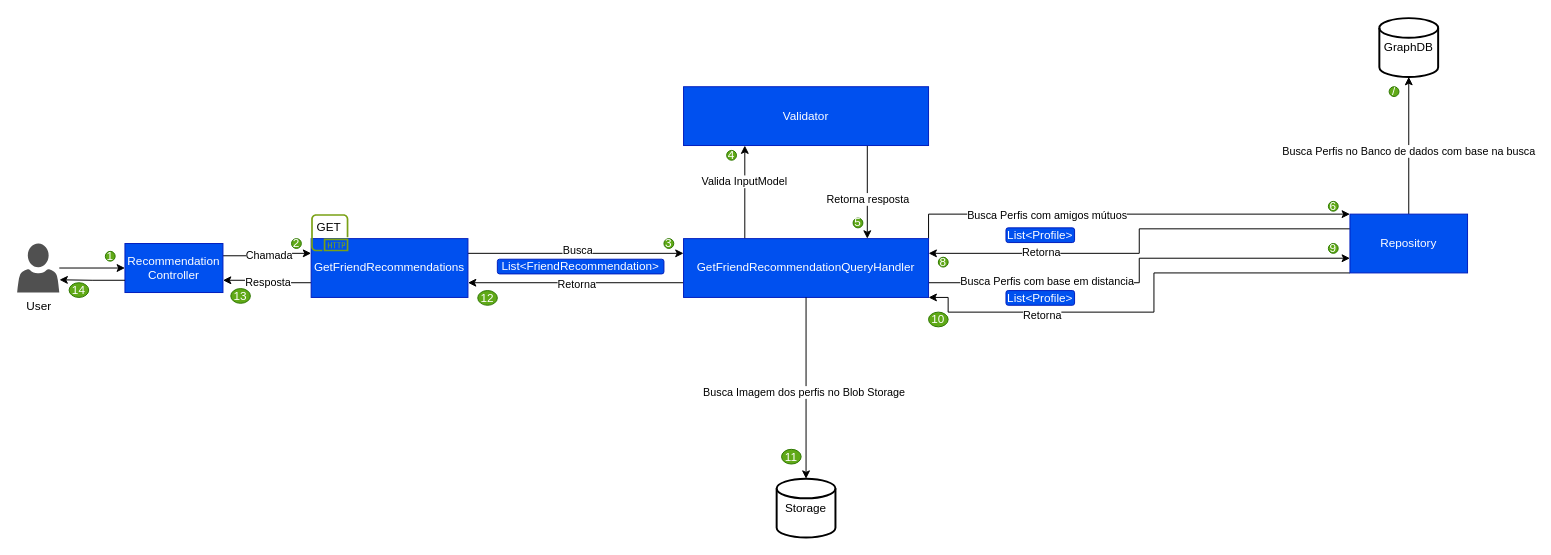
Before: page "SocialService/Recommendation" (7 of 15) of Architecture.drawio in AlanEdward19/ShapeUp, a draw.io diagram. Source tidied: cells renumbered, new cells numbered last; positions are measured from the earlier drawing's top-left corner, leaving out a move shared by most shapes. Both pictures are drawn from the tidied source at 98%, with x=0, y=0 at pixel (17, 18).
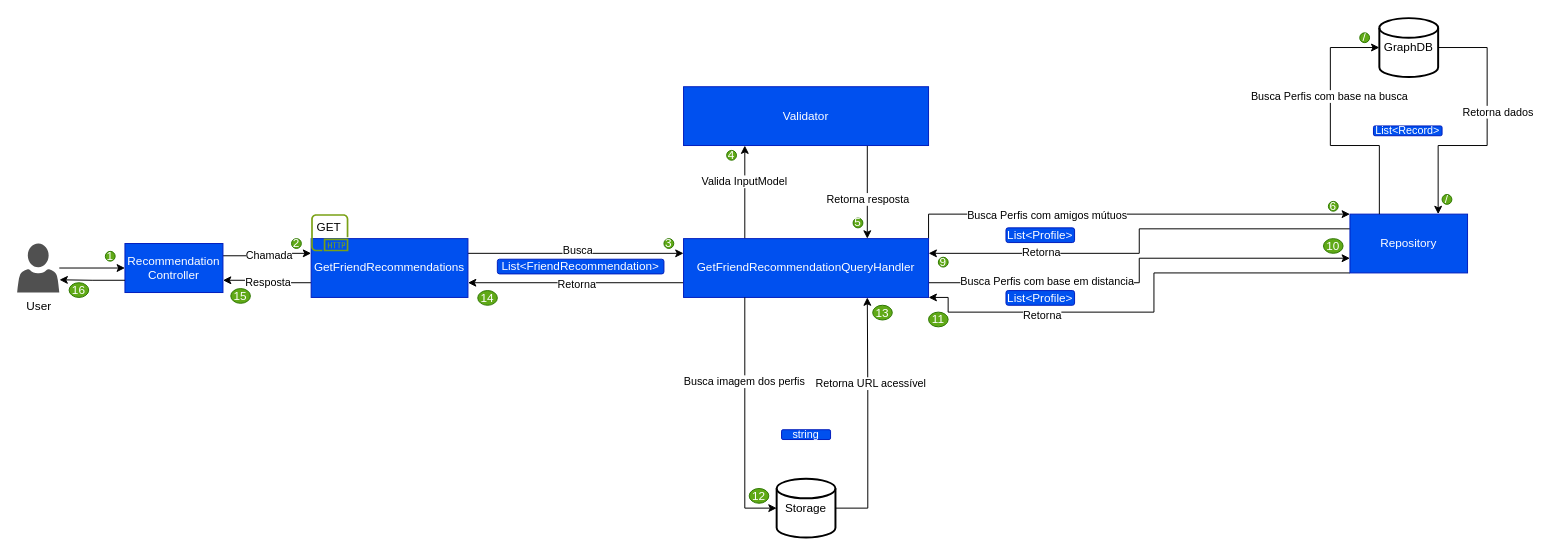
After the change.

Unchanged cells that the change refers to:
```xml
<mxCell id="7" value="GraphDB" style="strokeWidth=2;html=1;shape=mxgraph.flowchart.database;whiteSpace=wrap;" parent="1" vertex="1">
  <mxGeometry x="1390" width="60" height="60" as="geometry" />
</mxCell>
<mxCell id="18" value="GetFriendRecommendationQueryHandler" style="whiteSpace=wrap;html=1;fillColor=#0050ef;strokeColor=#001DBC;fontColor=#ffffff;" parent="1" vertex="1">
  <mxGeometry x="680" y="225" width="250" height="60" as="geometry" />
</mxCell>
<mxCell id="19" value="Storage" style="strokeWidth=2;html=1;shape=mxgraph.flowchart.database;whiteSpace=wrap;" parent="1" vertex="1">
  <mxGeometry x="775" y="470" width="60" height="60" as="geometry" />
</mxCell>
<mxCell id="42" value="Repository" style="whiteSpace=wrap;html=1;fillColor=#0050ef;strokeColor=#001DBC;fontColor=#ffffff;" parent="1" vertex="1">
  <mxGeometry x="1360" y="200" width="120" height="60" as="geometry" />
</mxCell>
```

Diff of the diagram source:
```diff
@@
+    <mxCell id="56" style="edgeStyle=orthogonalEdgeStyle;rounded=0;jettySize=auto;html=1;exitX=1;exitY=0.5;exitDx=0;exitDy=0;exitPerimeter=0;entryX=0.75;entryY=0;entryDx=0;entryDy=0;" parent="1" edge="1" source="7" target="42">
+      <mxGeometry relative="1" as="geometry">
+        <Array as="points">
+          <mxPoint x="1500" y="30" />
+          <mxPoint x="1500" y="130" />
+          <mxPoint x="1450" y="130" />
+        </Array>
+      </mxGeometry>
+    </mxCell>
+    <mxCell id="57" value="Retorna dados" style="edgeLabel;html=1;align=center;verticalAlign=middle;" parent="56" vertex="1">
+      <mxGeometry x="-0.14" relative="1" as="geometry">
+        <mxPoint x="10" y="-1" as="offset" />
+      </mxGeometry>
+    </mxCell>
@@
-    <mxCell id="8" style="edgeStyle=orthogonalEdgeStyle;rounded=0;jettySize=auto;html=1;entryX=0.5;entryY=1;entryDx=0;entryDy=0;entryPerimeter=0;exitX=0.5;exitY=0;exitDx=0;exitDy=0;" parent="1" edge="1" source="42" target="7">
-      <mxGeometry relative="1" as="geometry" />
-    </mxCell>
-    <mxCell id="9" value="Busca Perfis no Banco de dados com base na busca" style="edgeLabel;html=1;align=center;verticalAlign=middle;" parent="8" vertex="1">
-      <mxGeometry x="-0.07" y="1" relative="1" as="geometry" />
-    </mxCell>
@@
+    <mxCell id="58" style="edgeStyle=orthogonalEdgeStyle;rounded=0;jettySize=auto;html=1;exitX=1;exitY=0.5;exitDx=0;exitDy=0;exitPerimeter=0;entryX=0.75;entryY=1;entryDx=0;entryDy=0;" parent="1" edge="1" source="19" target="18">
+      <mxGeometry relative="1" as="geometry">
+        <Array as="points">
+          <mxPoint x="868" y="500" />
+          <mxPoint x="868" y="378" />
+        </Array>
+      </mxGeometry>
+    </mxCell>
+    <mxCell id="59" value="Retorna URL acessível" style="edgeLabel;html=1;align=center;verticalAlign=middle;" parent="58" vertex="1">
+      <mxGeometry x="0.29" y="-3" relative="1" as="geometry" />
+    </mxCell>
@@
     <mxCell id="36" value="/" style="ellipse;whiteSpace=wrap;html=1;fillColor=#60a917;fontColor=#ffffff;strokeColor=#2D7600;" parent="1" vertex="1">
-      <mxGeometry x="1400" y="70" width="10" height="10" as="geometry" />
+      <mxGeometry x="1370" y="15" width="10" height="10" as="geometry" />
     </mxCell>
@@
-    <mxCell id="44" value="8" style="ellipse;whiteSpace=wrap;html=1;fillColor=#60a917;fontColor=#ffffff;strokeColor=#2D7600;" parent="1" vertex="1">
+    <mxCell id="44" value="9" style="ellipse;whiteSpace=wrap;html=1;fillColor=#60a917;fontColor=#ffffff;strokeColor=#2D7600;" parent="1" vertex="1">
       <mxGeometry x="940" y="244" width="10" height="10" as="geometry" />
     </mxCell>
-    <mxCell id="45" value="9" style="ellipse;whiteSpace=wrap;html=1;fillColor=#60a917;fontColor=#ffffff;strokeColor=#2D7600;" parent="1" vertex="1">
-      <mxGeometry x="1338" y="230" width="10" height="10" as="geometry" />
-    </mxCell>
@@
-    <mxCell id="48" style="edgeStyle=orthogonalEdgeStyle;rounded=0;jettySize=auto;html=1;entryX=0.5;entryY=0;entryDx=0;entryDy=0;entryPerimeter=0;" parent="1" edge="1" source="18" target="19">
-      <mxGeometry relative="1" as="geometry" />
-    </mxCell>
-    <mxCell id="49" value="Busca Imagem dos perfis no Blob Storage" style="edgeLabel;html=1;align=center;verticalAlign=middle;" parent="48" vertex="1">
-      <mxGeometry x="0.04" y="-3" relative="1" as="geometry" />
-    </mxCell>
-    <mxCell id="50" value="11" style="ellipse;whiteSpace=wrap;html=1;fillColor=#60a917;fontColor=#ffffff;strokeColor=#2D7600;" parent="1" vertex="1">
-      <mxGeometry x="780" y="440" width="20" height="15" as="geometry" />
+    <mxCell id="50" value="12" style="ellipse;whiteSpace=wrap;html=1;fillColor=#60a917;fontColor=#ffffff;strokeColor=#2D7600;" parent="1" vertex="1">
+      <mxGeometry x="747" y="480" width="20" height="15" as="geometry" />
     </mxCell>
-    <mxCell id="51" value="12" style="ellipse;whiteSpace=wrap;html=1;fillColor=#60a917;fontColor=#ffffff;strokeColor=#2D7600;" parent="1" vertex="1">
+    <mxCell id="51" value="14" style="ellipse;whiteSpace=wrap;html=1;fillColor=#60a917;fontColor=#ffffff;strokeColor=#2D7600;" parent="1" vertex="1">
       <mxGeometry x="470" y="278" width="20" height="15" as="geometry" />
     </mxCell>
-    <mxCell id="52" value="13" style="ellipse;whiteSpace=wrap;html=1;fillColor=#60a917;fontColor=#ffffff;strokeColor=#2D7600;" parent="1" vertex="1">
+    <mxCell id="52" value="15" style="ellipse;whiteSpace=wrap;html=1;fillColor=#60a917;fontColor=#ffffff;strokeColor=#2D7600;" parent="1" vertex="1">
       <mxGeometry x="218" y="276" width="20" height="15" as="geometry" />
     </mxCell>
-    <mxCell id="53" value="14" style="ellipse;whiteSpace=wrap;html=1;fillColor=#60a917;fontColor=#ffffff;strokeColor=#2D7600;" parent="1" vertex="1">
+    <mxCell id="53" value="16" style="ellipse;whiteSpace=wrap;html=1;fillColor=#60a917;fontColor=#ffffff;strokeColor=#2D7600;" parent="1" vertex="1">
       <mxGeometry x="53" y="270" width="20" height="15" as="geometry" />
     </mxCell>
@@
-    <mxCell id="55" value="10" style="ellipse;whiteSpace=wrap;html=1;fillColor=#60a917;fontColor=#ffffff;strokeColor=#2D7600;" parent="1" vertex="1">
+    <mxCell id="55" value="11" style="ellipse;whiteSpace=wrap;html=1;fillColor=#60a917;fontColor=#ffffff;strokeColor=#2D7600;" parent="1" vertex="1">
       <mxGeometry x="930" y="300" width="20" height="15" as="geometry" />
     </mxCell>
+    <mxCell id="8" style="edgeStyle=orthogonalEdgeStyle;rounded=0;jettySize=auto;html=1;exitX=0.25;exitY=0;exitDx=0;exitDy=0;entryX=0;entryY=0.5;entryDx=0;entryDy=0;entryPerimeter=0;" parent="1" edge="1" source="42" target="7">
+      <mxGeometry relative="1" as="geometry" />
+    </mxCell>
+    <mxCell id="60" value="Busca Perfis com base na busca" style="edgeLabel;html=1;align=center;verticalAlign=middle;" parent="8" vertex="1">
+      <mxGeometry x="0.1" y="-1" relative="1" as="geometry">
+        <mxPoint x="-3" y="-22" as="offset" />
+      </mxGeometry>
+    </mxCell>
+    <mxCell id="61" value="/" style="ellipse;whiteSpace=wrap;html=1;fillColor=#60a917;fontColor=#ffffff;strokeColor=#2D7600;" parent="1" vertex="1">
+      <mxGeometry x="1454" y="180" width="10" height="10" as="geometry" />
+    </mxCell>
+    <mxCell id="62" value="10" style="ellipse;whiteSpace=wrap;html=1;fillColor=#60a917;fontColor=#ffffff;strokeColor=#2D7600;" parent="1" vertex="1">
+      <mxGeometry x="1333" y="225" width="20" height="15" as="geometry" />
+    </mxCell>
+    <mxCell id="48" style="edgeStyle=orthogonalEdgeStyle;rounded=0;jettySize=auto;html=1;exitX=0.25;exitY=1;exitDx=0;exitDy=0;entryX=0;entryY=0.5;entryDx=0;entryDy=0;entryPerimeter=0;" parent="1" edge="1" source="18" target="19">
+      <mxGeometry relative="1" as="geometry" />
+    </mxCell>
+    <mxCell id="63" value="Busca imagem dos perfis" style="edgeLabel;html=1;align=center;verticalAlign=middle;" parent="48" vertex="1">
+      <mxGeometry x="-0.31" y="-1" relative="1" as="geometry" />
+    </mxCell>
+    <mxCell id="64" value="13" style="ellipse;whiteSpace=wrap;html=1;fillColor=#60a917;fontColor=#ffffff;strokeColor=#2D7600;" parent="1" vertex="1">
+      <mxGeometry x="873" y="293" width="20" height="15" as="geometry" />
+    </mxCell>
+    <mxCell id="65" value="List&amp;lt;Record&amp;gt;" style="rounded=1;whiteSpace=wrap;html=1;fillColor=#0050ef;strokeColor=#001DBC;fontSize=11;fontColor=#ffffff;" parent="1" vertex="1">
+      <mxGeometry x="1384" y="110" width="70" height="10" as="geometry" />
+    </mxCell>
+    <mxCell id="66" value="string" style="rounded=1;whiteSpace=wrap;html=1;fillColor=#0050ef;strokeColor=#001DBC;fontSize=11;fontColor=#ffffff;" parent="1" vertex="1">
+      <mxGeometry x="780" y="420" width="50" height="10" as="geometry" />
+    </mxCell>
```
